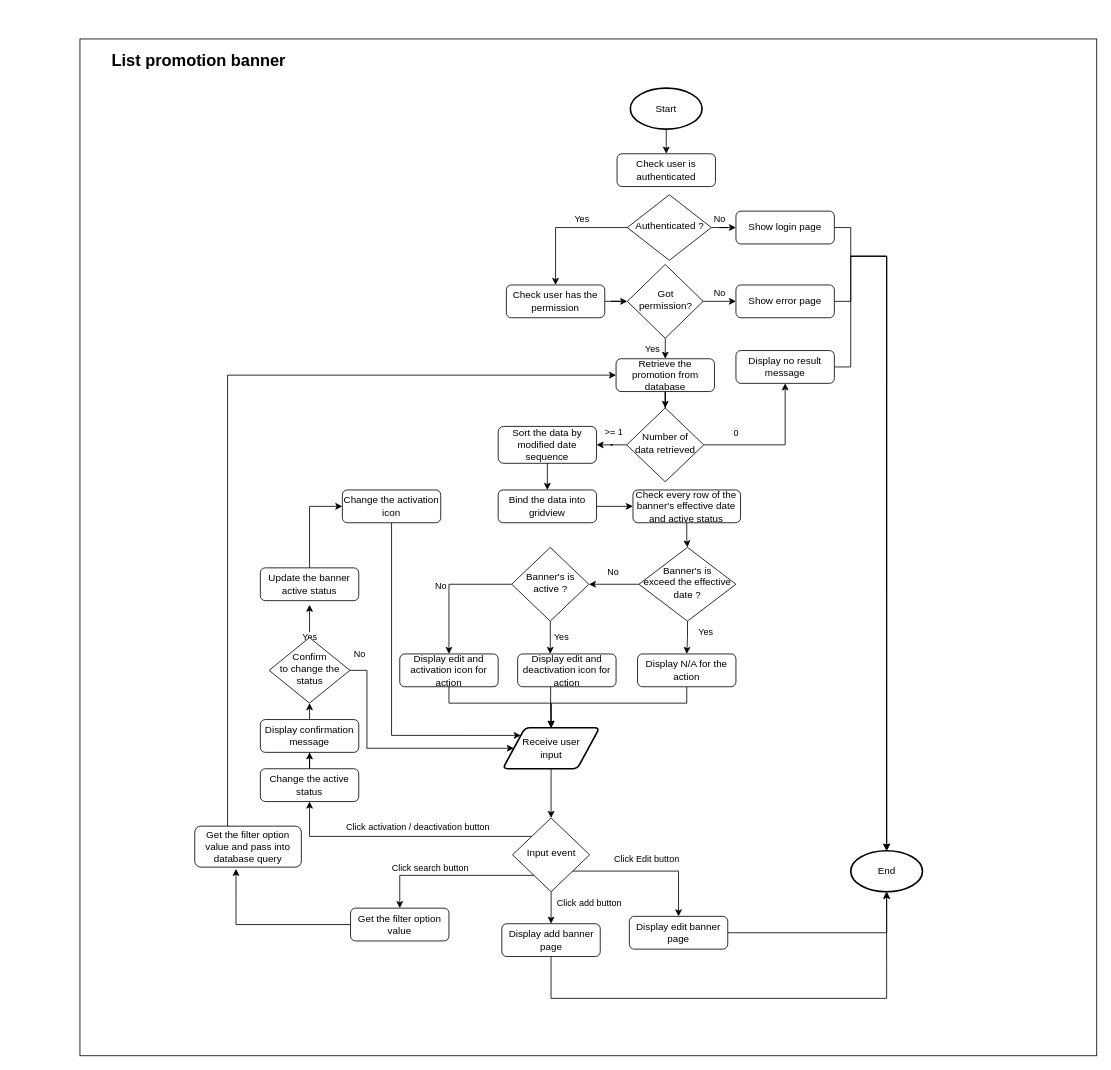
Before: page "List promotion banner" (1 of 2) of BannerPromotion/Untitled Diagram.drawio in shawn814/Affiliate, a draw.io diagram. Source tidied: cells renumbered, new cells numbered last; positions are measured from the earlier drawing's top-left corner, leaving out a move shared by most shapes. Both pictures are drawn from the tidied source at 82%, with x=0, y=0 at pixel (80, 39).
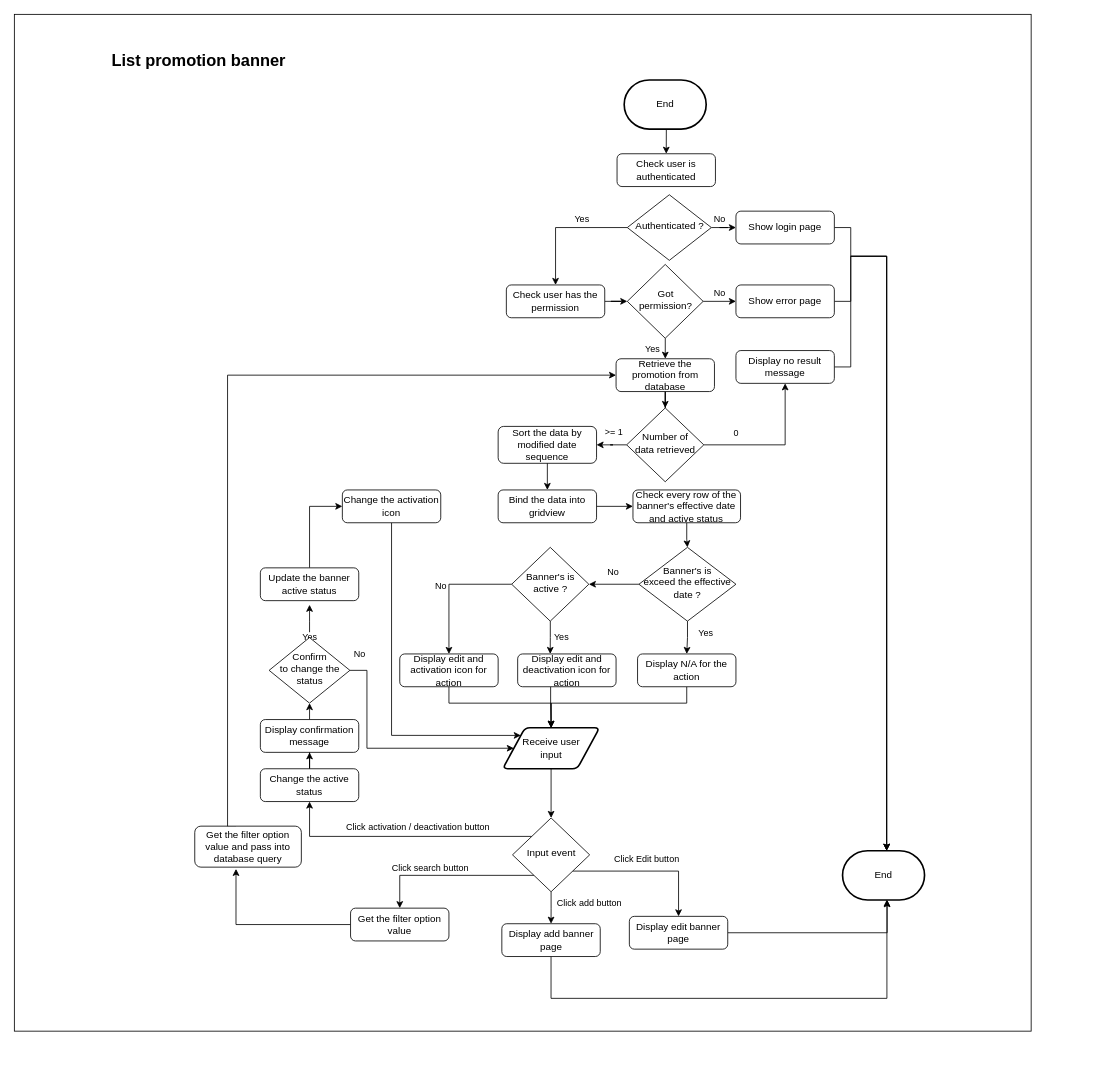
Above is the later version.

Unchanged cells that the change refers to:
```xml
<mxCell id="3" value="Check user is authenticated" style="rounded=1;whiteSpace=wrap;html=1;fontSize=12;glass=0;strokeWidth=1;shadow=0;" parent="1" vertex="1">
  <mxGeometry x="655" y="140" width="120" height="40" as="geometry" />
</mxCell>
<mxCell id="5" value="Show error page" style="rounded=1;whiteSpace=wrap;html=1;fontSize=12;glass=0;strokeWidth=1;shadow=0;" parent="1" vertex="1">
  <mxGeometry x="800" y="300" width="120" height="40" as="geometry" />
</mxCell>
<mxCell id="19" value="Show login page" style="rounded=1;whiteSpace=wrap;html=1;fontSize=12;glass=0;strokeWidth=1;shadow=0;" parent="1" vertex="1">
  <mxGeometry x="800" y="210" width="120" height="40" as="geometry" />
</mxCell>
<mxCell id="27" value="Display no result message" style="rounded=1;whiteSpace=wrap;html=1;fontSize=12;glass=0;strokeWidth=1;shadow=0;" parent="1" vertex="1">
  <mxGeometry x="800" y="380" width="120" height="40" as="geometry" />
</mxCell>
<mxCell id="45" value="Display add banner page" style="rounded=1;whiteSpace=wrap;html=1;fontSize=12;glass=0;strokeWidth=1;shadow=0;" parent="1" vertex="1">
  <mxGeometry x="514.5" y="1079" width="120" height="40" as="geometry" />
</mxCell>
<mxCell id="62" value="Display edit banner page" style="rounded=1;whiteSpace=wrap;html=1;fontSize=12;glass=0;strokeWidth=1;shadow=0;" parent="1" vertex="1">
  <mxGeometry x="670" y="1070" width="120" height="40" as="geometry" />
</mxCell>
```

What changed in the source:
```diff
@@
     <mxCell id="2" style="whiteSpace=wrap;html=1;fillColor=none;" parent="1" vertex="1">
-      <mxGeometry width="1240" height="1240" as="geometry" />
+      <mxGeometry x="-80" y="-30" width="1240" height="1240" as="geometry" />
     </mxCell>
@@
-    <mxCell id="4" style="edgeStyle=orthogonalEdgeStyle;rounded=0;jettySize=auto;html=1;entryX=0.5;entryY=0;entryDx=0;entryDy=0;entryPerimeter=0;" parent="1" edge="1" source="5" target="17">
+    <mxCell id="4" style="edgeStyle=orthogonalEdgeStyle;rounded=0;jettySize=auto;html=1;entryX=0.5;entryY=0;entryDx=0;entryDy=0;entryPerimeter=0;" parent="1" edge="1" source="5">
       <mxGeometry relative="1" as="geometry">
+        <mxPoint x="983.8" y="990" as="targetPoint" />
         <Array as="points">
           <mxPoint x="940" y="320" />
           <mxPoint x="940" y="265" />
           <mxPoint x="984" y="265" />
         </Array>
       </mxGeometry>
     </mxCell>
@@
-    <mxCell id="7" style="edgeStyle=orthogonalEdgeStyle;rounded=0;jettySize=auto;html=1;entryX=0.5;entryY=0;entryDx=0;entryDy=0;" parent="1" edge="1" source="8" target="3">
-      <mxGeometry relative="1" as="geometry" />
+    <mxCell id="7" style="edgeStyle=orthogonalEdgeStyle;rounded=0;jettySize=auto;html=1;entryX=0.5;entryY=0;entryDx=0;entryDy=0;" parent="1" edge="1" target="3">
+      <mxGeometry relative="1" as="geometry">
+        <mxPoint x="715.1" y="110" as="sourcePoint" />
+      </mxGeometry>
     </mxCell>
-    <mxCell id="8" value="Start" style="strokeWidth=2;html=1;shape=mxgraph.flowchart.start_1;whiteSpace=wrap;fillColor=none;" parent="1" vertex="1">
-      <mxGeometry x="671.2" y="60" width="87.5" height="50" as="geometry" />
-    </mxCell>
@@
-    <mxCell id="17" value="End" style="strokeWidth=2;html=1;shape=mxgraph.flowchart.start_1;whiteSpace=wrap;fillColor=none;" parent="1" vertex="1">
-      <mxGeometry x="940" y="990" width="87.5" height="50" as="geometry" />
-    </mxCell>
-    <mxCell id="18" style="edgeStyle=orthogonalEdgeStyle;rounded=0;jettySize=auto;html=1;entryX=0.5;entryY=0;entryDx=0;entryDy=0;entryPerimeter=0;" parent="1" edge="1" source="19" target="17">
+    <mxCell id="18" style="edgeStyle=orthogonalEdgeStyle;rounded=0;jettySize=auto;html=1;entryX=0.5;entryY=0;entryDx=0;entryDy=0;entryPerimeter=0;" parent="1" edge="1" source="19">
       <mxGeometry relative="1" as="geometry">
+        <mxPoint x="983.8" y="990" as="targetPoint" />
         <Array as="points">
           <mxPoint x="940" y="230" />
           <mxPoint x="940" y="265" />
           <mxPoint x="984" y="265" />
         </Array>
       </mxGeometry>
     </mxCell>
@@
-    <mxCell id="26" style="edgeStyle=orthogonalEdgeStyle;rounded=0;jettySize=auto;html=1;entryX=0.5;entryY=0;entryDx=0;entryDy=0;entryPerimeter=0;" parent="1" edge="1" source="27" target="17">
+    <mxCell id="26" style="edgeStyle=orthogonalEdgeStyle;rounded=0;jettySize=auto;html=1;entryX=0.5;entryY=0;entryDx=0;entryDy=0;entryPerimeter=0;" parent="1" edge="1" source="27">
       <mxGeometry relative="1" as="geometry">
+        <mxPoint x="983.8" y="990" as="targetPoint" />
         <Array as="points">
           <mxPoint x="940" y="400" />
           <mxPoint x="940" y="265" />
           <mxPoint x="984" y="265" />
         </Array>
       </mxGeometry>
     </mxCell>
@@
-    <mxCell id="44" style="edgeStyle=orthogonalEdgeStyle;rounded=0;jettySize=auto;html=1;entryX=0.5;entryY=1;entryDx=0;entryDy=0;entryPerimeter=0;" parent="1" edge="1" source="45" target="17">
+    <mxCell id="44" style="edgeStyle=orthogonalEdgeStyle;rounded=0;jettySize=auto;html=1;entryX=0.541;entryY=0.992;entryDx=0;entryDy=0;entryPerimeter=0;" parent="1" edge="1" source="45" target="75">
       <mxGeometry relative="1" as="geometry">
         <Array as="points">
           <mxPoint x="575" y="1170" />
           <mxPoint x="984" y="1170" />
+          <mxPoint x="984" y="1050" />
         </Array>
       </mxGeometry>
     </mxCell>
@@
-    <mxCell id="61" style="edgeStyle=orthogonalEdgeStyle;rounded=0;jettySize=auto;html=1;entryX=0.5;entryY=1;entryDx=0;entryDy=0;entryPerimeter=0;" parent="1" edge="1" source="62" target="17">
+    <mxCell id="61" style="edgeStyle=orthogonalEdgeStyle;rounded=0;jettySize=auto;html=1;entryX=0.544;entryY=1.005;entryDx=0;entryDy=0;entryPerimeter=0;" parent="1" edge="1" source="62" target="75">
       <mxGeometry relative="1" as="geometry">
         <Array as="points">
           <mxPoint x="984" y="1090" />
+          <mxPoint x="984" y="1050" />
         </Array>
       </mxGeometry>
     </mxCell>
@@
+    <mxCell id="75" value="End" style="strokeWidth=2;html=1;shape=mxgraph.flowchart.terminator;whiteSpace=wrap;labelBackgroundColor=#ffffff;fillColor=none;" parent="1" vertex="1">
+      <mxGeometry x="930" y="990" width="100" height="60" as="geometry" />
+    </mxCell>
+    <mxCell id="76" value="End" style="strokeWidth=2;html=1;shape=mxgraph.flowchart.terminator;whiteSpace=wrap;labelBackgroundColor=#ffffff;fillColor=none;" parent="1" vertex="1">
+      <mxGeometry x="663.7" y="50" width="100" height="60" as="geometry" />
+    </mxCell>
```
